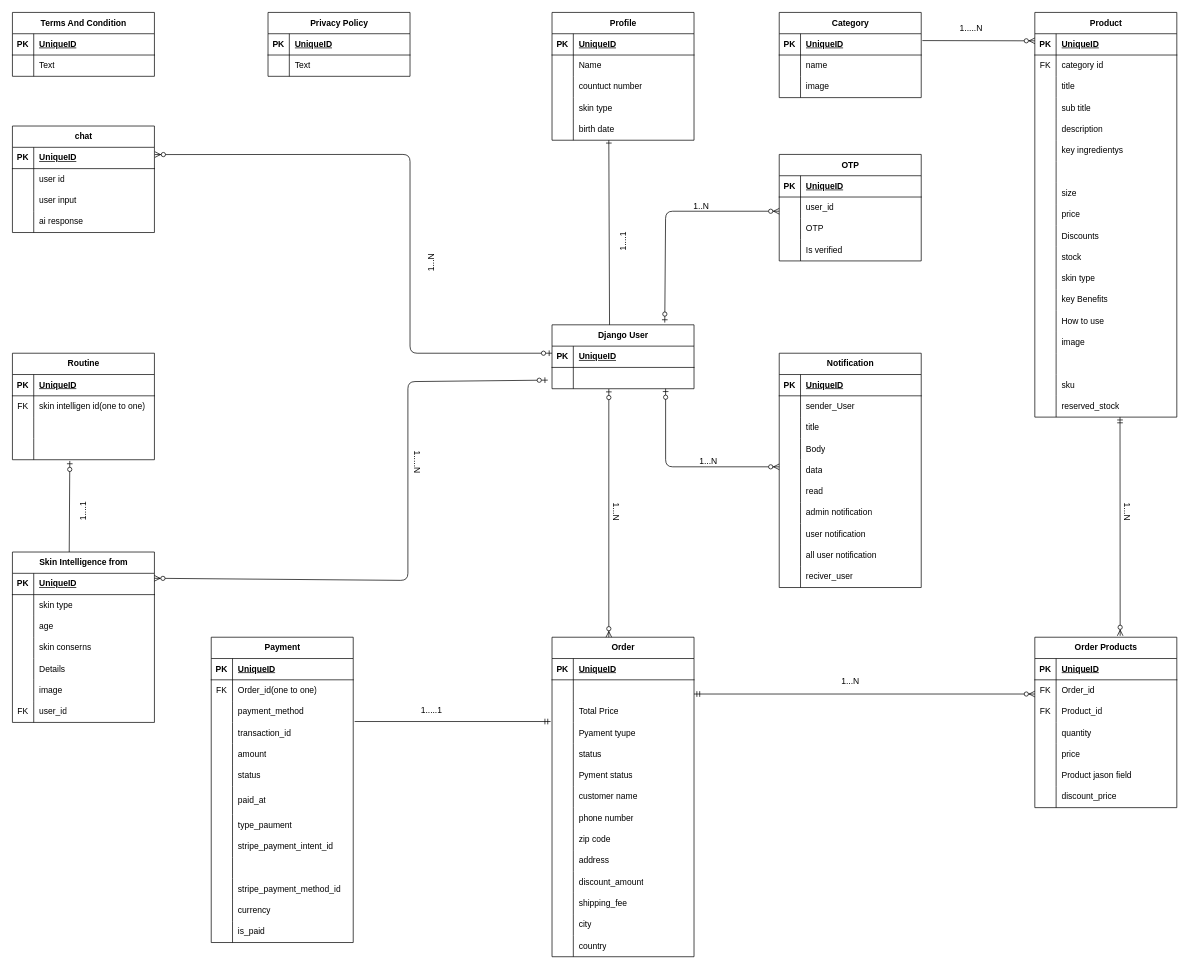
Above: entity_diagram.drawio in ROBOT-RIAD/FaceCare (draw.io), before the change. Source tidied: cells renumbered, new cells numbered last; positions are measured from the earlier drawing's top-left corner, leaving out a move shared by most shapes. Both pictures are drawn from the tidied source at 71%, with x=0, y=0 at pixel (12, 12).
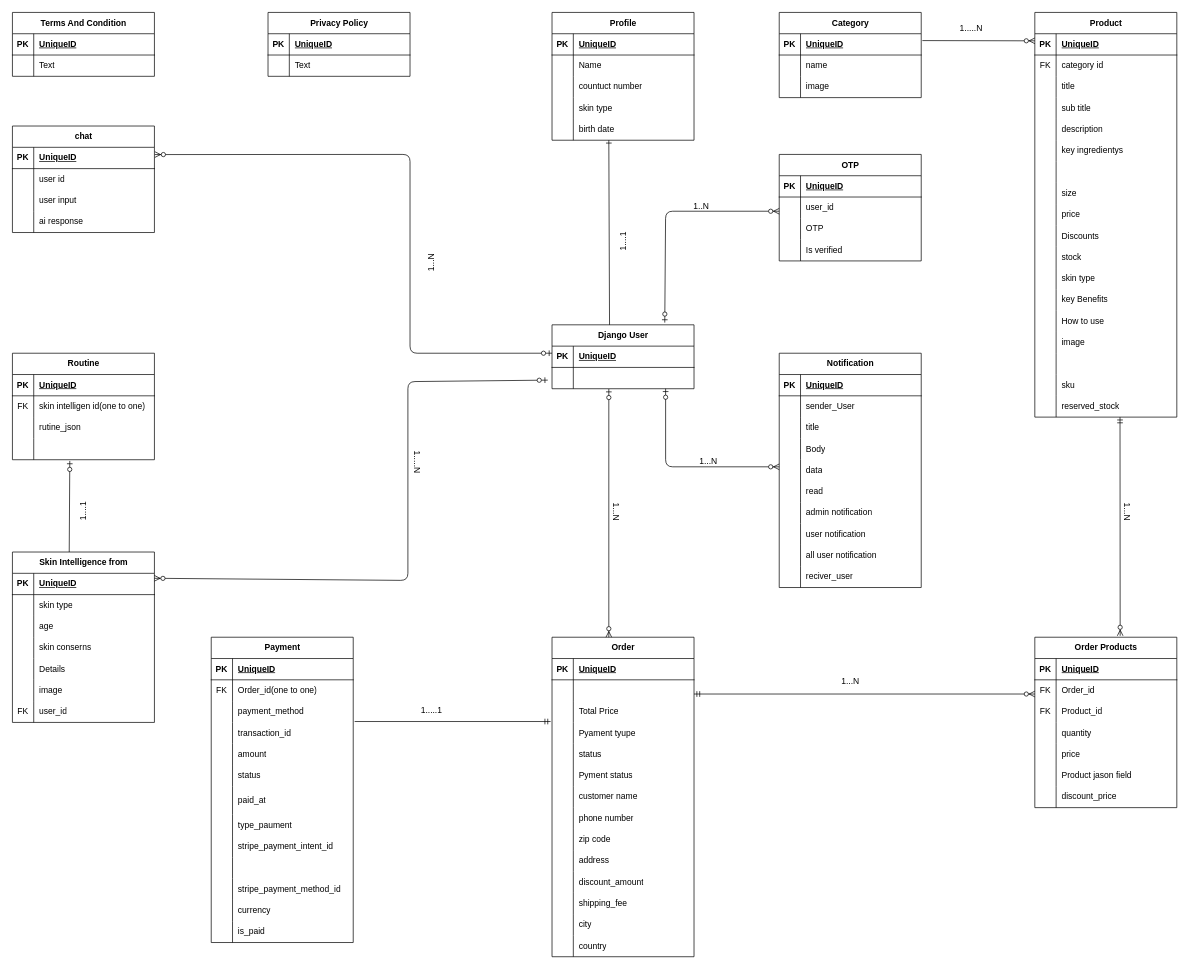
The same diagram, later.

The change refers to these unchanged cells:
```xml
<mxCell id="243" style="shape=tableRow;horizontal=0;startSize=0;swimlaneHead=0;swimlaneBody=0;fillColor=none;top=0;left=0;right=0;bottom=0;" parent="236" vertex="1">
  <mxGeometry y="90" width="200" height="30" as="geometry" />
</mxCell>
```

Diff of the diagram source:
```diff
@@
-    <mxCell id="245" style="shape=partialRectangle;fillColor=none;top=0;left=0;bottom=0;right=0;align=left;spacingLeft=6;overflow=hidden;whiteSpace=wrap;html=1;" parent="243" vertex="1">
+    <mxCell id="245" value="rutine_json" style="shape=partialRectangle;fillColor=none;top=0;left=0;bottom=0;right=0;align=left;spacingLeft=6;overflow=hidden;whiteSpace=wrap;html=1;" parent="243" vertex="1">
       <mxGeometry x="30" width="170" height="30" as="geometry" />
     </mxCell>
```
